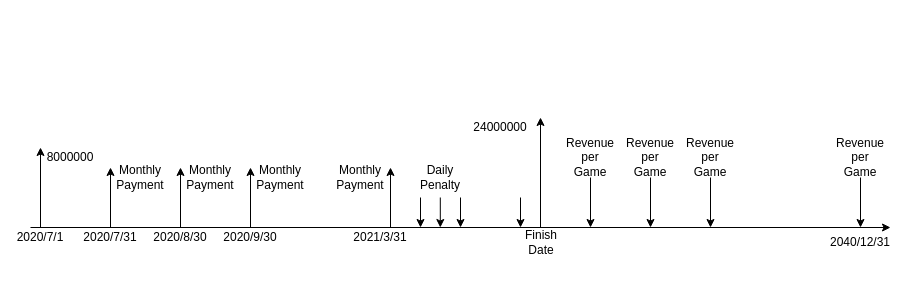
The draw.io diagram Stadium CashFlow.drawio in jetorz/diagrams, before the edit. Source tidied: cells renumbered, new cells numbered last; positions are measured from the earlier drawing's top-left corner, leaving out a move shared by most shapes. Both pictures are drawn from the tidied source at 100%, with x=0, y=0 at pixel (20, 117).
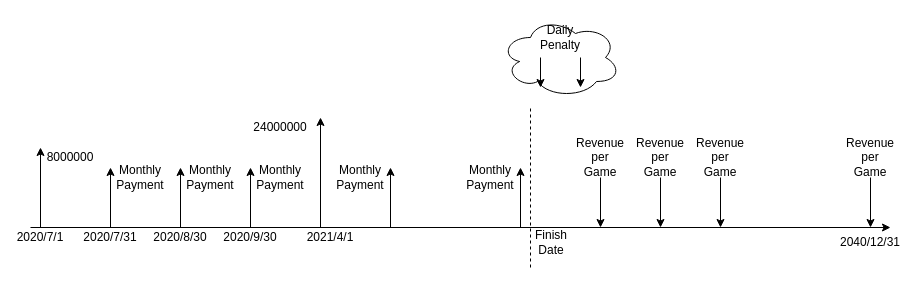
Above is the later version.

Change to the diagram source:
```diff
@@
+    <mxCell id="35" style="ellipse;shape=cloud;whiteSpace=wrap;html=1;fillColor=none;" parent="1" vertex="1">
+      <mxGeometry x="480" y="-100" width="120" height="80" as="geometry" />
+    </mxCell>
@@
     <mxCell id="13" style="endArrow=classic;html=1;" parent="1" edge="1">
       <mxGeometry relative="1" as="geometry">
-        <mxPoint x="400" y="80" as="sourcePoint" />
-        <mxPoint x="400" y="110" as="targetPoint" />
+        <mxPoint x="520" y="-60" as="sourcePoint" />
+        <mxPoint x="520" y="-30" as="targetPoint" />
       </mxGeometry>
     </mxCell>
     <mxCell id="14" value="Daily&lt;br&gt;Penalty" style="text;html=1;strokeColor=none;fillColor=none;align=center;verticalAlign=middle;whiteSpace=wrap;rounded=0;" parent="1" vertex="1">
-      <mxGeometry x="400" y="50" width="40" height="20" as="geometry" />
+      <mxGeometry x="520" y="-90" width="40" height="20" as="geometry" />
     </mxCell>
-    <mxCell id="15" style="endArrow=classic;html=1;" parent="1" edge="1">
-      <mxGeometry relative="1" as="geometry">
-        <mxPoint x="419.8" y="80" as="sourcePoint" />
-        <mxPoint x="419.8" y="110" as="targetPoint" />
-      </mxGeometry>
-    </mxCell>
     <mxCell id="16" style="endArrow=classic;html=1;" parent="1" edge="1">
       <mxGeometry relative="1" as="geometry">
-        <mxPoint x="440" y="80" as="sourcePoint" />
-        <mxPoint x="440" y="110" as="targetPoint" />
+        <mxPoint x="560" y="-60" as="sourcePoint" />
+        <mxPoint x="560" y="-30" as="targetPoint" />
       </mxGeometry>
     </mxCell>
-    <mxCell id="17" style="endArrow=classic;html=1;" parent="1" edge="1">
-      <mxGeometry relative="1" as="geometry">
-        <mxPoint x="500" y="80" as="sourcePoint" />
-        <mxPoint x="500" y="110" as="targetPoint" />
-      </mxGeometry>
-    </mxCell>
     <mxCell id="18" style="endArrow=classic;html=1;" parent="1" edge="1">
       <mxGeometry relative="1" as="geometry">
-        <mxPoint x="520" y="110" as="sourcePoint" />
-        <mxPoint x="520" as="targetPoint" />
+        <mxPoint x="300" y="110" as="sourcePoint" />
+        <mxPoint x="300" as="targetPoint" />
       </mxGeometry>
     </mxCell>
     <mxCell id="19" value="24000000" style="text;html=1;strokeColor=none;fillColor=none;align=center;verticalAlign=middle;whiteSpace=wrap;rounded=0;" parent="1" vertex="1">
-      <mxGeometry x="460" width="40" height="20" as="geometry" />
+      <mxGeometry x="240" width="40" height="20" as="geometry" />
     </mxCell>
     <mxCell id="20" style="endArrow=classic;html=1;" parent="1" edge="1">
       <mxGeometry relative="1" as="geometry">
-        <mxPoint x="570" y="60" as="sourcePoint" />
-        <mxPoint x="570" y="110" as="targetPoint" />
+        <mxPoint x="580" y="60" as="sourcePoint" />
+        <mxPoint x="580" y="110" as="targetPoint" />
       </mxGeometry>
     </mxCell>
     <mxCell id="21" value="Revenue&lt;br&gt;per&lt;br&gt;Game" style="text;html=1;strokeColor=none;fillColor=none;align=center;verticalAlign=middle;whiteSpace=wrap;rounded=0;" parent="1" vertex="1">
-      <mxGeometry x="550" y="30" width="40" height="20" as="geometry" />
+      <mxGeometry x="560" y="30" width="40" height="20" as="geometry" />
     </mxCell>
     <mxCell id="22" style="endArrow=classic;html=1;" parent="1" edge="1">
       <mxGeometry relative="1" as="geometry">
-        <mxPoint x="630" y="60" as="sourcePoint" />
-        <mxPoint x="630" y="110" as="targetPoint" />
+        <mxPoint x="640" y="60" as="sourcePoint" />
+        <mxPoint x="640" y="110" as="targetPoint" />
       </mxGeometry>
     </mxCell>
     <mxCell id="23" value="Revenue&lt;br&gt;per&lt;br&gt;Game" style="text;html=1;strokeColor=none;fillColor=none;align=center;verticalAlign=middle;whiteSpace=wrap;rounded=0;" parent="1" vertex="1">
-      <mxGeometry x="610" y="30" width="40" height="20" as="geometry" />
+      <mxGeometry x="620" y="30" width="40" height="20" as="geometry" />
     </mxCell>
     <mxCell id="24" style="endArrow=classic;html=1;" parent="1" edge="1">
       <mxGeometry relative="1" as="geometry">
-        <mxPoint x="690" y="60" as="sourcePoint" />
-        <mxPoint x="690" y="110" as="targetPoint" />
+        <mxPoint x="700" y="60" as="sourcePoint" />
+        <mxPoint x="700" y="110" as="targetPoint" />
       </mxGeometry>
     </mxCell>
     <mxCell id="25" value="Revenue&lt;br&gt;per&lt;br&gt;Game" style="text;html=1;strokeColor=none;fillColor=none;align=center;verticalAlign=middle;whiteSpace=wrap;rounded=0;" parent="1" vertex="1">
-      <mxGeometry x="670" y="30" width="40" height="20" as="geometry" />
+      <mxGeometry x="680" y="30" width="40" height="20" as="geometry" />
     </mxCell>
     <mxCell id="26" style="endArrow=classic;html=1;" parent="1" edge="1">
       <mxGeometry relative="1" as="geometry">
-        <mxPoint x="840" y="60" as="sourcePoint" />
-        <mxPoint x="840" y="110" as="targetPoint" />
+        <mxPoint x="850" y="60" as="sourcePoint" />
+        <mxPoint x="850" y="110" as="targetPoint" />
       </mxGeometry>
     </mxCell>
     <mxCell id="27" value="Revenue&lt;br&gt;per&lt;br&gt;Game" style="text;html=1;strokeColor=none;fillColor=none;align=center;verticalAlign=middle;whiteSpace=wrap;rounded=0;" parent="1" vertex="1">
-      <mxGeometry x="820" y="30" width="40" height="20" as="geometry" />
+      <mxGeometry x="830" y="30" width="40" height="20" as="geometry" />
     </mxCell>
@@
-    <mxCell id="32" value="2021/3/31" style="text;html=1;strokeColor=none;fillColor=none;align=center;verticalAlign=middle;whiteSpace=wrap;rounded=0;" parent="1" vertex="1">
-      <mxGeometry x="340" y="110" width="40" height="20" as="geometry" />
+    <mxCell id="32" value="2021/4/1" style="text;html=1;strokeColor=none;fillColor=none;align=center;verticalAlign=middle;whiteSpace=wrap;rounded=0;" parent="1" vertex="1">
+      <mxGeometry x="290" y="110" width="40" height="20" as="geometry" />
     </mxCell>
     <mxCell id="33" value="Finish&lt;br&gt;Date" style="text;html=1;strokeColor=none;fillColor=none;align=center;verticalAlign=middle;whiteSpace=wrap;rounded=0;" parent="1" vertex="1">
-      <mxGeometry x="501" y="115" width="40" height="20" as="geometry" />
+      <mxGeometry x="511" y="115" width="40" height="20" as="geometry" />
     </mxCell>
     <mxCell id="34" value="2040/12/31" style="text;html=1;strokeColor=none;fillColor=none;align=center;verticalAlign=middle;whiteSpace=wrap;rounded=0;" parent="1" vertex="1">
-      <mxGeometry x="820" y="115" width="40" height="20" as="geometry" />
+      <mxGeometry x="830" y="115" width="40" height="20" as="geometry" />
     </mxCell>
+    <mxCell id="36" style="endArrow=none;dashed=1;html=1;" parent="1" edge="1">
+      <mxGeometry relative="1" as="geometry">
+        <mxPoint x="510" y="150" as="sourcePoint" />
+        <mxPoint x="510" y="-10" as="targetPoint" />
+      </mxGeometry>
+    </mxCell>
+    <mxCell id="37" value="Monthly&lt;br&gt;Payment" style="text;html=1;strokeColor=none;fillColor=none;align=center;verticalAlign=middle;whiteSpace=wrap;rounded=0;" parent="1" vertex="1">
+      <mxGeometry x="450" y="50" width="40" height="20" as="geometry" />
+    </mxCell>
+    <mxCell id="38" style="endArrow=classic;html=1;" parent="1" edge="1">
+      <mxGeometry relative="1" as="geometry">
+        <mxPoint x="500" y="110" as="sourcePoint" />
+        <mxPoint x="500" y="50" as="targetPoint" />
+      </mxGeometry>
+    </mxCell>
+    <mxCell id="39" style="endArrow=classic;html=1;" parent="1" edge="1" target="35">
+      <mxGeometry relative="1" as="geometry">
+        <mxPoint x="539.8" y="-60" as="sourcePoint" />
+      </mxGeometry>
+    </mxCell>
```
